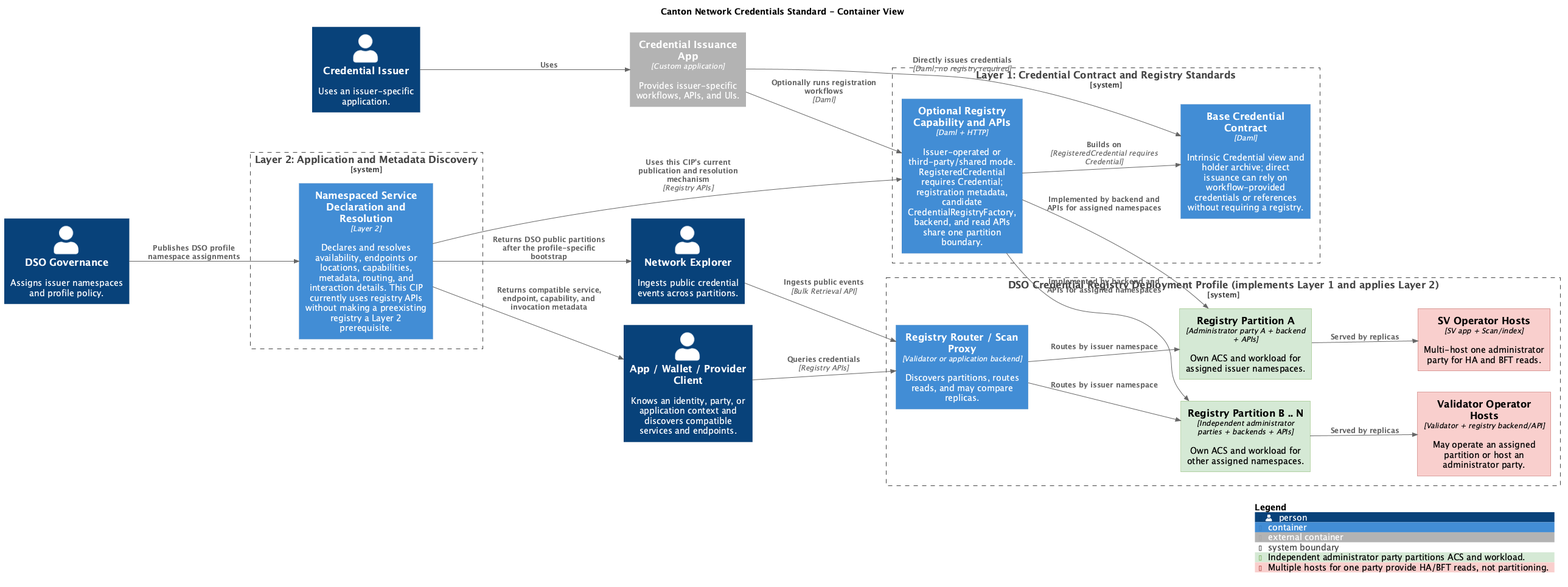
Before: cn-credentials-standard/images/credentials-containers.png, a diagram exported from PlantUML (unlockitio/cips).
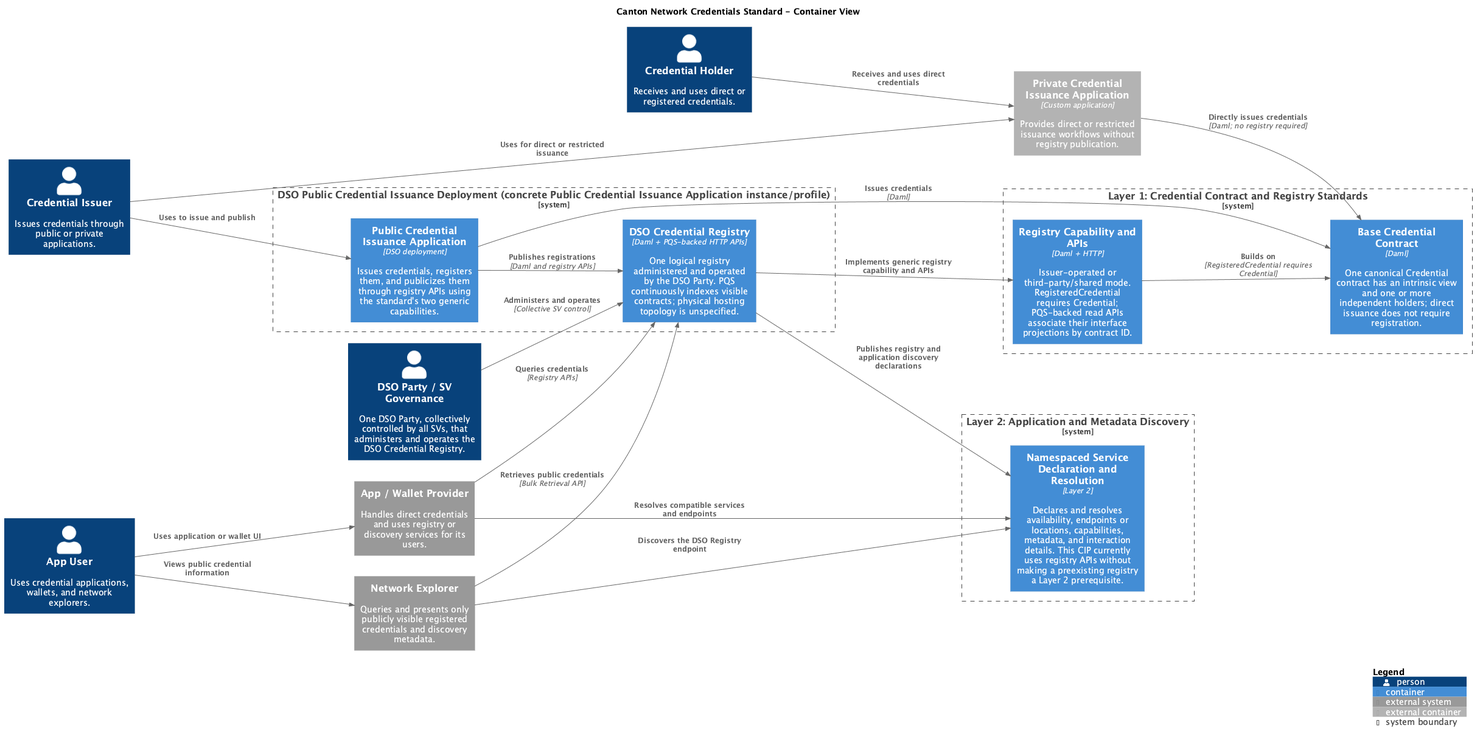
Above is the later version.

Diff of the diagram source:
```diff
@@ -4,48 +4,44 @@
 LAYOUT_LEFT_RIGHT()
 title Canton Network Credentials Standard - Container View
 
-AddElementTag("partition", $bgColor="#d5e8d4", $borderColor="#82b366", $fontColor="#000000", $legendText="Independent administrator party partitions ACS and workload.")
-AddElementTag("ha", $bgColor="#f8cecc", $borderColor="#b85450", $fontColor="#000000", $legendText="Multiple hosts for one party provide HA/BFT reads, not partitioning.")
-
-Person(issuer, "Credential Issuer", "Uses an issuer-specific application.")
-Person(client, "App / Wallet / Provider Client", "Knows an identity, party, or application context and discovers compatible services and endpoints.")
-Person(explorer, "Network Explorer", "Ingests public credential events across partitions.")
-Person(governance, "DSO Governance", "Assigns issuer namespaces and profile policy.")
-Container_Ext(issuance, "Credential Issuance App", "Custom application", "Provides issuer-specific workflows, APIs, and UIs.")
+Person(issuer, "Credential Issuer", "Issues credentials through public or private applications.")
+Person(holder, "Credential Holder", "Receives and uses direct or registered credentials.")
+Person(appUser, "App User", "Uses credential applications, wallets, and network explorers.")
+Person(dsoParty, "DSO Party / SV Governance", "One DSO Party, collectively controlled by all SVs, that administers and operates the DSO Credential Registry.")
+System_Ext(client, "App / Wallet Provider", "Handles direct credentials and uses registry or discovery services for its users.")
+System_Ext(explorer, "Network Explorer", "Queries and presents only publicly visible registered credentials and discovery metadata.")
+Container_Ext(privateIssuance, "Private Credential Issuance Application", "Custom application", "Provides direct or restricted issuance workflows without registry publication.")
 
 System_Boundary(generic, "Layer 1: Credential Contract and Registry Standards") {
-  Container(base, "Base Credential Contract", "Daml", "Intrinsic Credential view and holder archive; direct issuance can rely on workflow-provided credentials or references without requiring a registry.")
-  Container(registry, "Optional Registry Capability and APIs", "Daml + HTTP", "Issuer-operated or third-party/shared mode. RegisteredCredential requires Credential; registration metadata, candidate CredentialRegistryFactory, backend, and read APIs share one partition boundary.")
+  Container(base, "Base Credential Contract", "Daml", "One canonical Credential contract has an intrinsic view and one or more independent holders; direct issuance does not require registration.")
+  Container(registry, "Registry Capability and APIs", "Daml + HTTP", "Issuer-operated or third-party/shared mode. RegisteredCredential requires Credential; PQS-backed read APIs associate their interface projections by contract ID.")
 }
 
 System_Boundary(discoveryLayer, "Layer 2: Application and Metadata Discovery") {
-  Container(discovery, "Namespaced Service Declaration and Resolution", "Layer 2", "Declares and resolves availability, endpoints or locations, capabilities, metadata, routing, and interaction details. This CIP currently uses registry APIs without making a preexisting registry a Layer 2 prerequisite.")
+  Container(discovery, "Namespaced Service Declaration and Resolution", "Layer 2", "Declares and resolves availability, endpoints or locations, capabilities, metadata, and interaction details. This CIP currently uses registry APIs without making a preexisting registry a Layer 2 prerequisite.")
 }
 
-System_Boundary(profile, "DSO Credential Registry Deployment Profile (implements Layer 1 and applies Layer 2)") {
-  Container(partA, "Registry Partition A", "Administrator party A + backend + APIs", "Own ACS and workload for assigned issuer namespaces.", $tags="partition")
-  Container(partN, "Registry Partition B .. N", "Independent administrator parties + backends + APIs", "Own ACS and workload for other assigned namespaces.", $tags="partition")
-  Container(svA, "SV Operator Hosts", "SV app + Scan/index", "Multi-host one administrator party for HA and BFT reads.", $tags="ha")
-  Container(valN, "Validator Operator Hosts", "Validator + registry backend/API", "May operate an assigned partition or host an administrator party.", $tags="ha")
-  Container(proxy, "Registry Router / Scan Proxy", "Validator or application backend", "Discovers partitions, routes reads, and may compare replicas.")
+System_Boundary(profile, "DSO Public Credential Issuance Deployment (concrete Public Credential Issuance Application instance/profile)") {
+  Container(publicIssuance, "Public Credential Issuance Application", "DSO deployment", "Issues credentials, registers them, and publicizes them through registry APIs using the standard's two generic capabilities.")
+  Container(dsoRegistry, "DSO Credential Registry", "Daml + PQS-backed HTTP APIs", "One logical registry administered and operated by the DSO Party. PQS continuously indexes visible contracts; physical hosting topology is unspecified.")
 }
 
-Rel(issuer, issuance, "Uses")
-Rel(issuance, base, "Directly issues credentials", "Daml; no registry required")
+Rel(issuer, privateIssuance, "Uses for direct or restricted issuance")
+Rel(issuer, publicIssuance, "Uses to issue and publish")
+Rel(holder, privateIssuance, "Receives and uses direct credentials")
+Rel(appUser, client, "Uses application or wallet UI")
+Rel(appUser, explorer, "Views public credential information")
+Rel(privateIssuance, base, "Directly issues credentials", "Daml; no registry required")
+Rel(publicIssuance, base, "Issues credentials", "Daml")
 Rel(registry, base, "Builds on", "RegisteredCredential requires Credential")
-Rel(issuance, registry, "Optionally runs registration workflows", "Daml")
-Rel(discovery, registry, "Uses this CIP's current publication and resolution mechanism", "Registry APIs")
-Rel(governance, discovery, "Publishes DSO profile namespace assignments")
-Rel(discovery, client, "Returns compatible service, endpoint, capability, and invocation metadata")
-Rel(discovery, explorer, "Returns DSO public partitions after the profile-specific bootstrap")
-Rel(registry, partA, "Implemented by backend and APIs for assigned namespaces")
-Rel(registry, partN, "Implemented by backend and APIs for assigned namespaces")
-Rel(partA, svA, "Served by replicas")
-Rel(partN, valN, "Served by replicas")
-Rel(client, proxy, "Queries credentials", "Registry APIs")
-Rel(explorer, proxy, "Ingests public events", "Bulk Retrieval API")
-Rel(proxy, partA, "Routes by issuer namespace")
-Rel(proxy, partN, "Routes by issuer namespace")
+Rel(publicIssuance, dsoRegistry, "Publishes registrations", "Daml and registry APIs")
+Rel(dsoRegistry, registry, "Implements generic registry capability and APIs")
+Rel(dsoRegistry, discovery, "Publishes registry and application discovery declarations")
+Rel(dsoParty, dsoRegistry, "Administers and operates", "Collective SV control")
+Rel(client, discovery, "Resolves compatible services and endpoints")
+Rel(explorer, discovery, "Discovers the DSO Registry endpoint")
+Rel(client, dsoRegistry, "Queries credentials", "Registry APIs")
+Rel(explorer, dsoRegistry, "Retrieves public credentials", "Bulk Retrieval API")
 
 SHOW_LEGEND()
 @enduml
```
